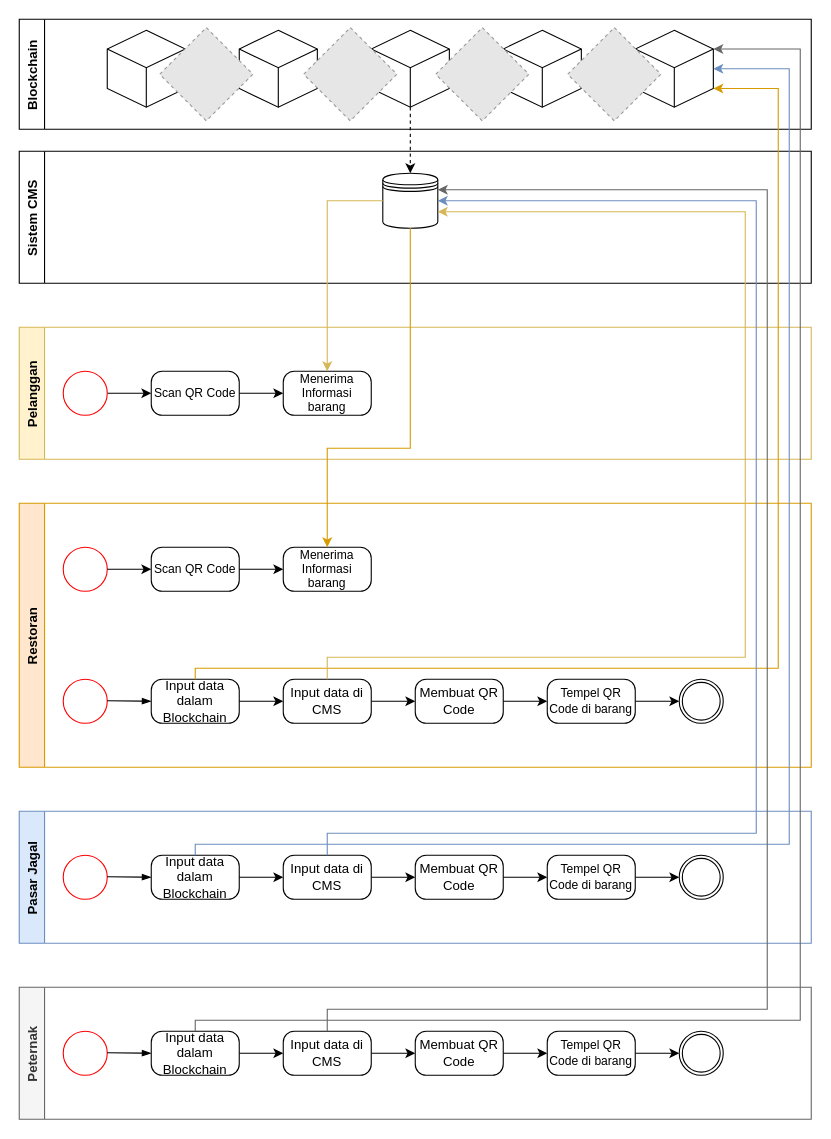
Before: BPMN2_Ternak(No Fiesta).drawio in hanggaa/Diagram, a draw.io diagram. Source tidied: cells renumbered, new cells numbered last; positions are measured from the earlier drawing's top-left corner, leaving out a move shared by most shapes. Both pictures are drawn from the tidied source at 110%, with x=0, y=0 at pixel (19, 19). Pictures stored in the file or linked from it are replaced by grey dashed boxes.
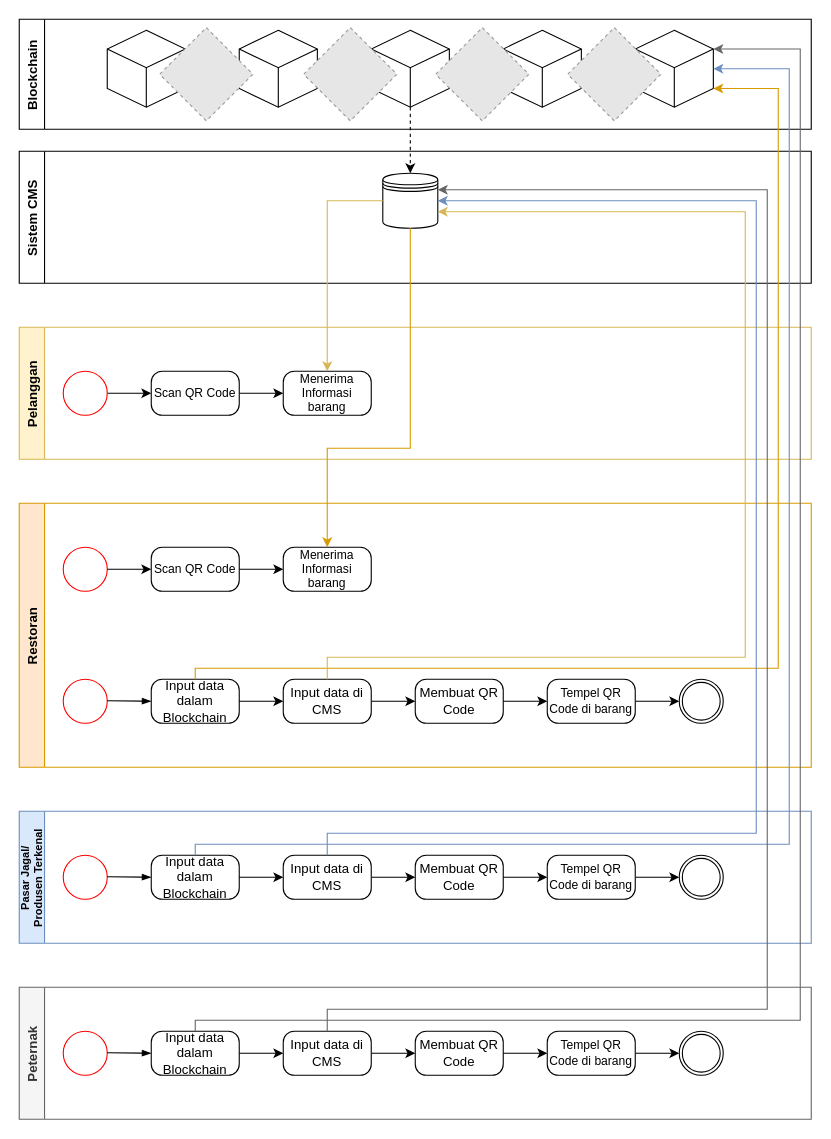
The same diagram, later.

What changed in the source:
```diff
@@
-    <mxCell id="50" value="Pasar Jagal" style="swimlane;horizontal=0;fillColor=#dae8fc;strokeColor=#6c8ebf;startSize=23;" parent="1" vertex="1">
+    <mxCell id="50" value="Pasar Jagal/&#10;Produsen Terkenal" style="swimlane;horizontal=0;fillColor=#dae8fc;strokeColor=#6c8ebf;startSize=23;fontSize=10;" parent="1" vertex="1">
       <mxGeometry y="720" width="720" height="120" as="geometry" />
     </mxCell>
```
